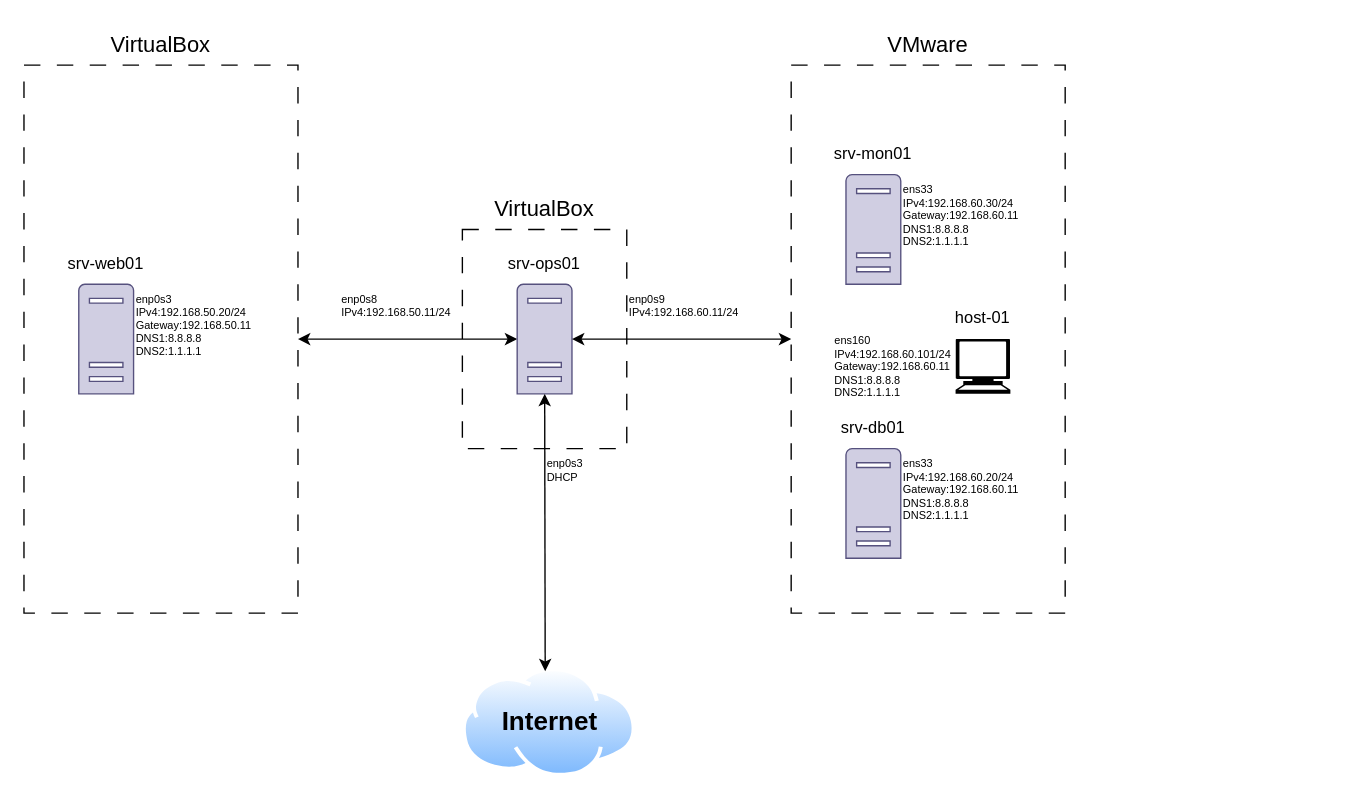
The draw.io diagram devices/network_diagram.drawio in MatyWaky/Homelab, before the edit. Source tidied: cells renumbered, new cells numbered last; positions are measured from the earlier drawing's top-left corner, leaving out a move shared by most shapes. Both pictures are drawn from the tidied source at 137%, with x=0, y=0 at pixel (23, 23).
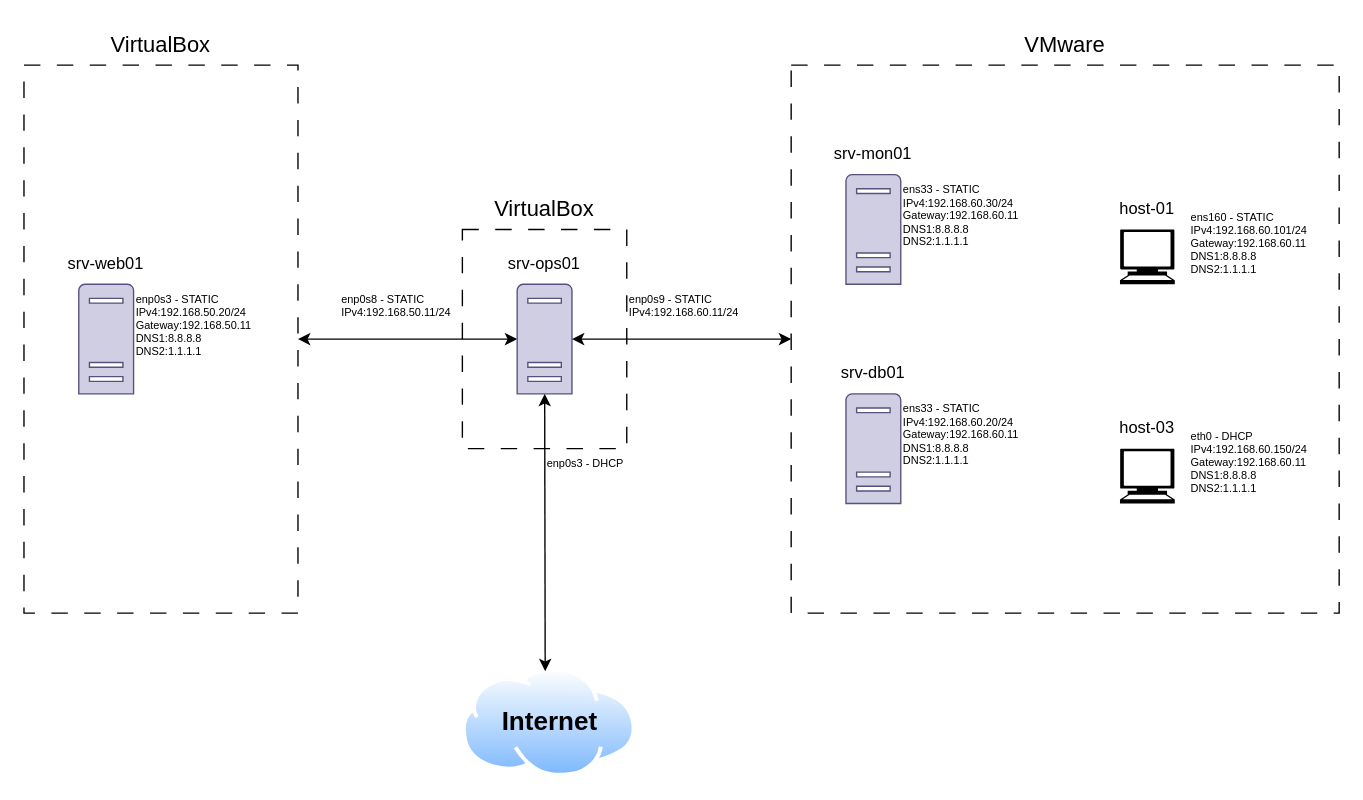
The same page after the edit.

Commit message (it also covers changes not shown here):
Updated network_diagram

What changed in the source:
```diff
@@
-    <mxCell id="13" value="&lt;div&gt;enp0s9&lt;/div&gt;IPv4:192.168.60.11/24&lt;div&gt;&lt;br&gt;&lt;/div&gt;" style="text;html=1;align=left;verticalAlign=top;whiteSpace=wrap;rounded=0;fontSize=8;" parent="1" vertex="1">
+    <mxCell id="13" value="&lt;div&gt;enp0s9 - STATIC&lt;/div&gt;IPv4:192.168.60.11/24&lt;div&gt;&lt;br&gt;&lt;/div&gt;" style="text;html=1;align=left;verticalAlign=top;whiteSpace=wrap;rounded=0;fontSize=8;" parent="1" vertex="1">
       <mxGeometry x="440" y="190" width="90" height="40" as="geometry" />
     </mxCell>
-    <mxCell id="14" value="&lt;div&gt;enp0s8&lt;/div&gt;IPv4:192.168.50.11/24&lt;div&gt;&lt;br&gt;&lt;/div&gt;" style="text;html=1;align=left;verticalAlign=top;whiteSpace=wrap;rounded=0;fontSize=8;" parent="1" vertex="1">
+    <mxCell id="14" value="&lt;div&gt;enp0s8 - STATIC&lt;/div&gt;IPv4:192.168.50.11/24&lt;div&gt;&lt;br&gt;&lt;/div&gt;" style="text;html=1;align=left;verticalAlign=top;whiteSpace=wrap;rounded=0;fontSize=8;" parent="1" vertex="1">
       <mxGeometry x="230" y="190" width="90" height="40" as="geometry" />
     </mxCell>
-    <mxCell id="15" value="&lt;div&gt;enp0s3&lt;/div&gt;DHCP" style="text;html=1;align=left;verticalAlign=top;whiteSpace=wrap;rounded=0;fontSize=8;" parent="1" vertex="1">
+    <mxCell id="15" value="&lt;div&gt;enp0s3 -&amp;nbsp;&lt;span style=&quot;background-color: transparent; color: light-dark(rgb(0, 0, 0), rgb(255, 255, 255));&quot;&gt;DHCP&lt;/span&gt;&lt;/div&gt;" style="text;html=1;align=left;verticalAlign=top;whiteSpace=wrap;rounded=0;fontSize=8;" parent="1" vertex="1">
       <mxGeometry x="380" y="310" width="80" height="40" as="geometry" />
     </mxCell>
@@
-    <mxCell id="21" value="&lt;div&gt;enp0s3&lt;/div&gt;IPv4:192.168.50.20/24&lt;div&gt;Gateway:192.168.50.11&lt;/div&gt;&lt;div&gt;DNS1:8.8.8.8&lt;/div&gt;&lt;div&gt;DNS2:1.1.1.1&lt;/div&gt;" style="text;html=1;align=left;verticalAlign=top;whiteSpace=wrap;rounded=0;fontSize=8;" parent="1" vertex="1">
+    <mxCell id="21" value="&lt;div&gt;enp0s3 - STATIC&lt;/div&gt;IPv4:192.168.50.20/24&lt;div&gt;Gateway:192.168.50.11&lt;/div&gt;&lt;div&gt;DNS1:8.8.8.8&lt;/div&gt;&lt;div&gt;DNS2:1.1.1.1&lt;/div&gt;" style="text;html=1;align=left;verticalAlign=top;whiteSpace=wrap;rounded=0;fontSize=8;" parent="1" vertex="1">
       <mxGeometry x="80" y="190" width="80" height="80" as="geometry" />
     </mxCell>
     <mxCell id="22" style="rounded=0;whiteSpace=wrap;html=1;fillColor=none;dashed=1;dashPattern=12 12;" parent="1" vertex="1">
-      <mxGeometry x="560" y="30" width="200" height="400" as="geometry" />
+      <mxGeometry x="560" y="30" width="400" height="400" as="geometry" />
     </mxCell>
     <mxCell id="23" style="group;" parent="1" vertex="1">
-      <mxGeometry x="590" y="280" width="60" height="110" as="geometry" />
+      <mxGeometry x="590" y="240" width="60" height="110" as="geometry" />
     </mxCell>
@@
     <mxCell id="29" style="group;" parent="1" vertex="1">
-      <mxGeometry x="670" y="200" width="60" height="70" as="geometry" />
+      <mxGeometry x="790" y="120" width="60" height="70" as="geometry" />
     </mxCell>
@@
     <mxCell id="32" value="VMware" style="text;html=1;align=center;verticalAlign=middle;whiteSpace=wrap;rounded=0;fontSize=16;" parent="1" vertex="1">
-      <mxGeometry x="630" width="60" height="30" as="geometry" />
+      <mxGeometry x="730" width="60" height="30" as="geometry" />
     </mxCell>
-    <mxCell id="33" value="&lt;div&gt;ens33&lt;/div&gt;IPv4:192.168.60.30/24&lt;div&gt;Gateway:192.168.60.11&lt;/div&gt;&lt;div&gt;DNS1:8.8.8.8&lt;/div&gt;&lt;div&gt;DNS2:1.1.1.1&lt;/div&gt;" style="text;html=1;align=left;verticalAlign=top;whiteSpace=wrap;rounded=0;fontSize=8;" parent="1" vertex="1">
+    <mxCell id="33" value="&lt;div&gt;ens33 - STATIC&lt;/div&gt;IPv4:192.168.60.30/24&lt;div&gt;Gateway:192.168.60.11&lt;/div&gt;&lt;div&gt;DNS1:8.8.8.8&lt;/div&gt;&lt;div&gt;DNS2:1.1.1.1&lt;/div&gt;" style="text;html=1;align=left;verticalAlign=top;whiteSpace=wrap;rounded=0;fontSize=8;" parent="1" vertex="1">
       <mxGeometry x="640" y="110" width="80" height="80" as="geometry" />
     </mxCell>
-    <mxCell id="34" value="&lt;div&gt;ens33&lt;/div&gt;IPv4:192.168.60.20/24&lt;div&gt;Gateway:192.168.60.11&lt;/div&gt;&lt;div&gt;DNS1:8.8.8.8&lt;/div&gt;&lt;div&gt;DNS2:1.1.1.1&lt;/div&gt;" style="text;html=1;align=left;verticalAlign=top;whiteSpace=wrap;rounded=0;fontSize=8;" parent="1" vertex="1">
-      <mxGeometry x="640" y="310" width="80" height="80" as="geometry" />
+    <mxCell id="34" value="&lt;div&gt;ens33 - STATIC&lt;/div&gt;IPv4:192.168.60.20/24&lt;div&gt;Gateway:192.168.60.11&lt;/div&gt;&lt;div&gt;DNS1:8.8.8.8&lt;/div&gt;&lt;div&gt;DNS2:1.1.1.1&lt;/div&gt;" style="text;html=1;align=left;verticalAlign=top;whiteSpace=wrap;rounded=0;fontSize=8;" parent="1" vertex="1">
+      <mxGeometry x="640" y="270" width="80" height="80" as="geometry" />
     </mxCell>
-    <mxCell id="35" value="&lt;div&gt;ens160&lt;/div&gt;IPv4:192.168.60.101/24&lt;div&gt;Gateway:192.168.60.11&lt;/div&gt;&lt;div&gt;DNS1:8.8.8.8&lt;/div&gt;&lt;div&gt;DNS2:1.1.1.1&lt;/div&gt;" style="text;html=1;align=left;verticalAlign=top;whiteSpace=wrap;rounded=0;fontSize=8;" parent="1" vertex="1">
-      <mxGeometry x="590" y="220" width="80" height="60" as="geometry" />
+    <mxCell id="35" value="&lt;div&gt;ens160 - STATIC&lt;/div&gt;IPv4:192.168.60.101/24&lt;div&gt;Gateway:192.168.60.11&lt;/div&gt;&lt;div&gt;DNS1:8.8.8.8&lt;/div&gt;&lt;div&gt;DNS2:1.1.1.1&lt;/div&gt;" style="text;html=1;align=left;verticalAlign=top;whiteSpace=wrap;rounded=0;fontSize=8;" parent="1" vertex="1">
+      <mxGeometry x="850" y="130" width="80" height="60" as="geometry" />
     </mxCell>
+    <mxCell id="36" style="group;" parent="1" vertex="1">
+      <mxGeometry x="790" y="280" width="60" height="70" as="geometry" />
+    </mxCell>
+    <mxCell id="37" style="shape=mxgraph.signs.tech.computer;html=1;fillColor=#000000;strokeColor=none;verticalLabelPosition=bottom;verticalAlign=top;align=center;" parent="36" vertex="1">
+      <mxGeometry x="10" y="30" width="40" height="40" as="geometry" />
+    </mxCell>
+    <mxCell id="38" value="host-03" style="text;html=1;align=center;verticalAlign=middle;whiteSpace=wrap;rounded=0;" parent="36" vertex="1">
+      <mxGeometry width="60" height="30" as="geometry" />
+    </mxCell>
+    <mxCell id="39" value="&lt;div&gt;eth0 - DHCP&lt;/div&gt;IPv4:192.168.60.150/24&lt;div&gt;Gateway:192.168.60.11&lt;/div&gt;&lt;div&gt;DNS1:8.8.8.8&lt;/div&gt;&lt;div&gt;DNS2:1.1.1.1&lt;/div&gt;" style="text;html=1;align=left;verticalAlign=top;whiteSpace=wrap;rounded=0;fontSize=8;" parent="1" vertex="1">
+      <mxGeometry x="850" y="290" width="80" height="60" as="geometry" />
+    </mxCell>
```
